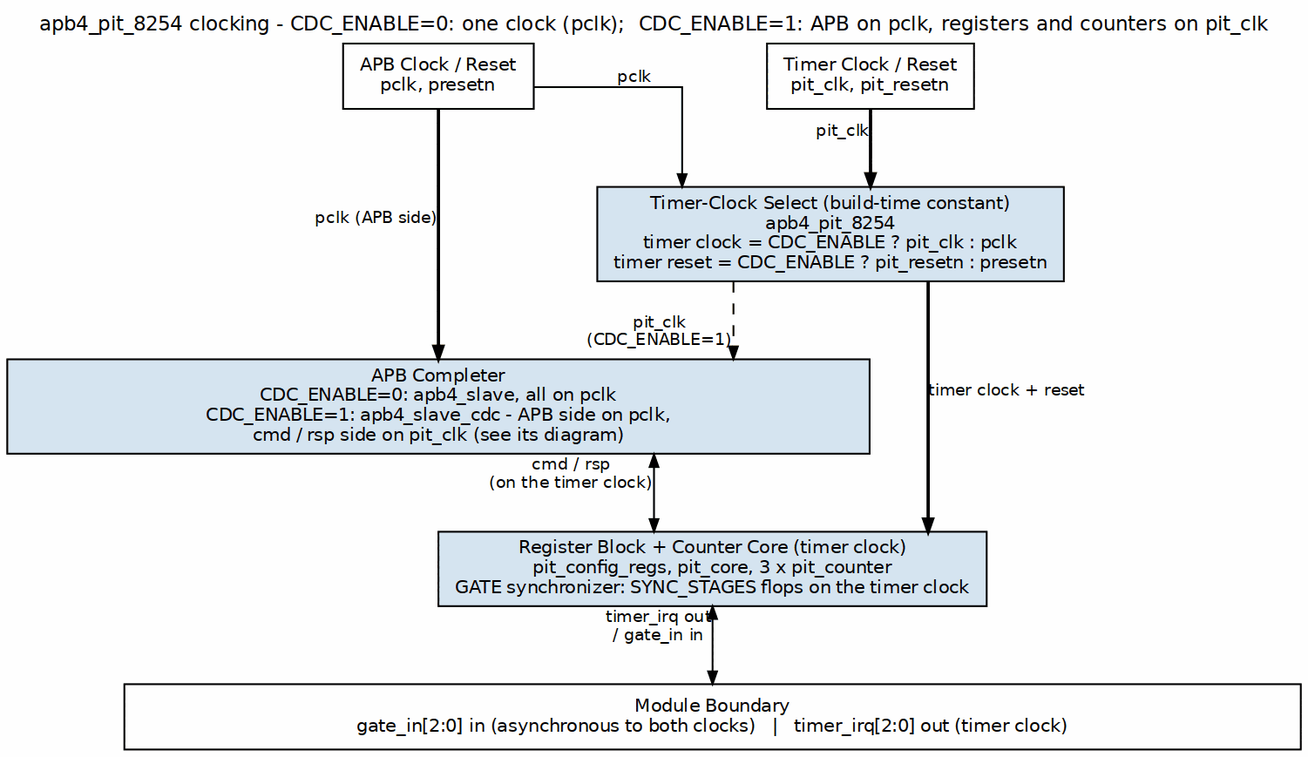
Earlier version of the Graphviz export projects/components/legacy-ip/retro_legacy_blocks/docs/pit_8254_mas/assets/graphviz/pit_8254_clock_domains.png (sean-galloway/RTLDesignSherpa). Its source is kept beside it as projects/components/legacy-ip/retro_legacy_blocks/docs/pit_8254_mas/assets/graphviz/pit_8254_clock_domains.dot.
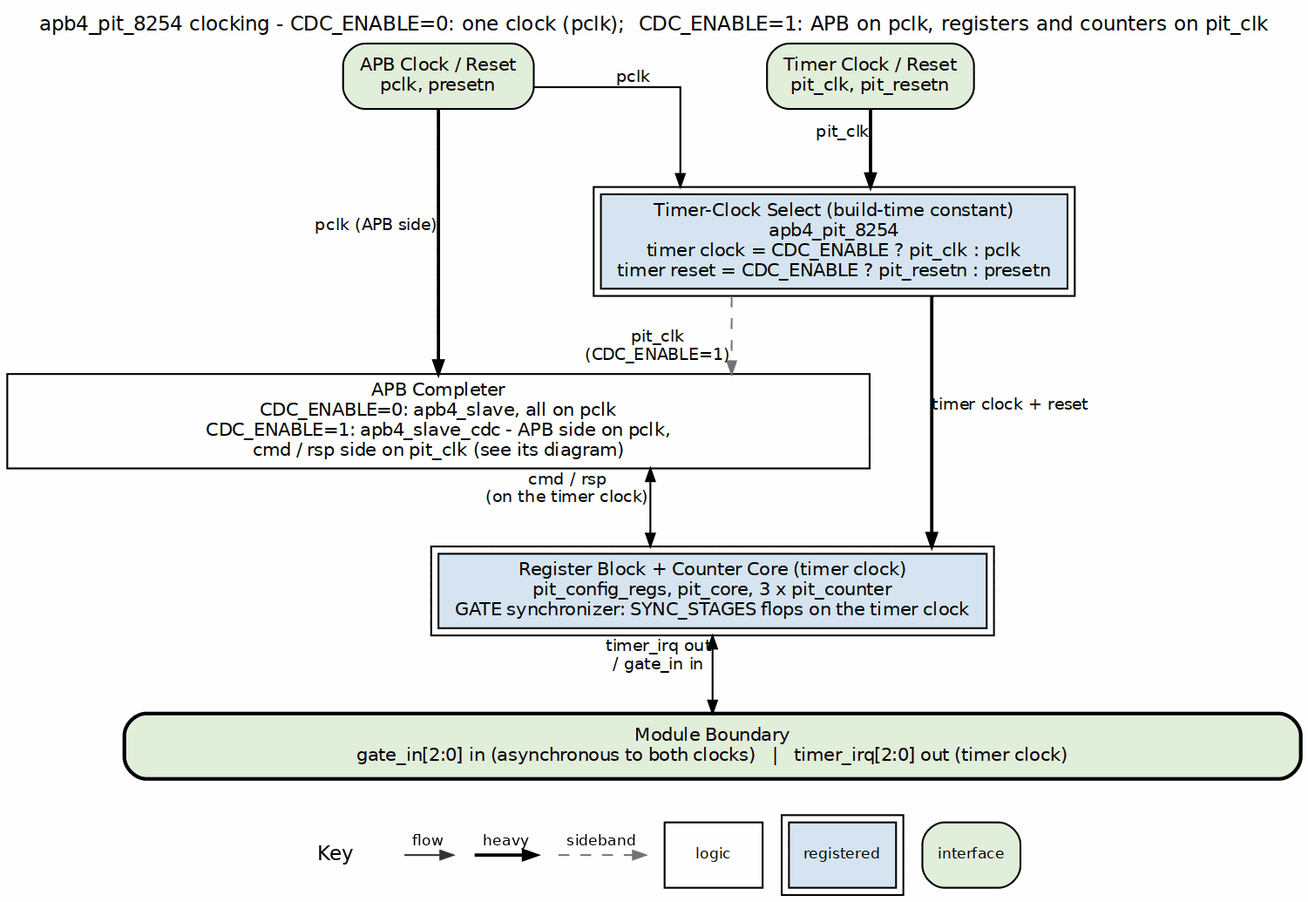
The same diagram one commit later.

Change to the diagram source:
```diff
@@ -4,25 +4,25 @@
            label="apb4_pit_8254 clocking - CDC_ENABLE=0: one clock (pclk);  CDC_ENABLE=1: APB on pclk, registers and counters on pit_clk",
            labelloc=t, labeljust=c];
     node  [fontname="Helvetica", fontsize=10, shape=box, style=filled,
-           fillcolor="#D6E4F0", color="black", margin="0.12,0.06"];
+           fillcolor="white", color="black", margin="0.12,0.06"];
     edge  [fontname="Helvetica", fontsize=9, color="black", arrowsize=0.7];
 
-    pclk  [group=L, fillcolor="white", label="APB Clock / Reset\npclk, presetn"];
-    tclk  [group=R, fillcolor="white", label="Timer Clock / Reset\npit_clk, pit_resetn"];
+    pclk  [group=L, fillcolor="white", label="APB Clock / Reset\npclk, presetn", style="rounded,filled", fillcolor="#E2EFDA"];
+    tclk  [group=R, fillcolor="white", label="Timer Clock / Reset\npit_clk, pit_resetn", style="rounded,filled", fillcolor="#E2EFDA"];
 
-    sel   [group=C, label="Timer-Clock Select (build-time constant)\napb4_pit_8254\ntimer clock = CDC_ENABLE ? pit_clk : pclk\ntimer reset = CDC_ENABLE ? pit_resetn : presetn"];
+    sel   [group=C, label="Timer-Clock Select (build-time constant)\napb4_pit_8254\ntimer clock = CDC_ENABLE ? pit_clk : pclk\ntimer reset = CDC_ENABLE ? pit_resetn : presetn", peripheries=2, style="filled", fillcolor="#D6E4F0"];
 
-    slv   [group=L, width=6.6, label="APB Completer\nCDC_ENABLE=0: apb4_slave, all on pclk\nCDC_ENABLE=1: apb4_slave_cdc - APB side on pclk,\ncmd / rsp side on pit_clk (see its diagram)"];
+    slv   [group=L, width=6.6, label="APB Completer\nCDC_ENABLE=0: apb4_slave, all on pclk\nCDC_ENABLE=1: apb4_slave_cdc - APB side on pclk,\ncmd / rsp side on pit_clk (see its diagram)", style="filled", fillcolor="white"];
 
-    core  [group=R, label="Register Block + Counter Core (timer clock)\npit_config_regs, pit_core, 3 x pit_counter\nGATE synchronizer: SYNC_STAGES flops on the timer clock"];
+    core  [group=R, label="Register Block + Counter Core (timer clock)\npit_config_regs, pit_core, 3 x pit_counter\nGATE synchronizer: SYNC_STAGES flops on the timer clock", peripheries=2, style="filled", fillcolor="#D6E4F0"];
 
     bar   [fillcolor="white", width=9.0,
-           label="Module Boundary\ngate_in[2:0] in (asynchronous to both clocks)   |   timer_irq[2:0] out (timer clock)"];
+           label="Module Boundary\ngate_in[2:0] in (asynchronous to both clocks)   |   timer_irq[2:0] out (timer clock)", style="rounded,filled,bold", fillcolor="#E2EFDA"];
 
     pclk -> slv  [penwidth=1.8, xlabel="pclk (APB side)"];
     pclk -> sel  [xlabel="pclk"];
     tclk -> sel  [penwidth=1.8, xlabel="pit_clk"];
-    sel  -> slv  [style=dashed, xlabel="pit_clk\n(CDC_ENABLE=1)"];
+    sel  -> slv  [style=dashed, color="#777777", xlabel="pit_clk\n(CDC_ENABLE=1)"];
     sel  -> core [penwidth=1.8, xlabel="timer clock + reset"];
     slv  -> core [dir=both, xlabel="cmd / rsp\n(on the timer clock)"];
     core -> bar  [dir=both, xlabel="timer_irq out\n/ gate_in in"];
```
